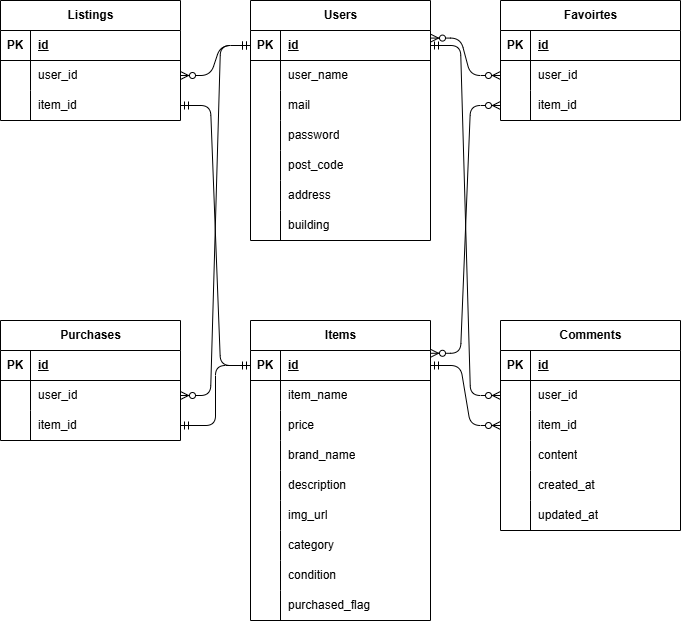
Before: index.drawio.png, a diagram exported from draw.io (matsu9889/flea-market). Source tidied: cells renumbered, new cells last; positions are measured from the earlier drawing's top-left corner, leaving out a move shared by most shapes.
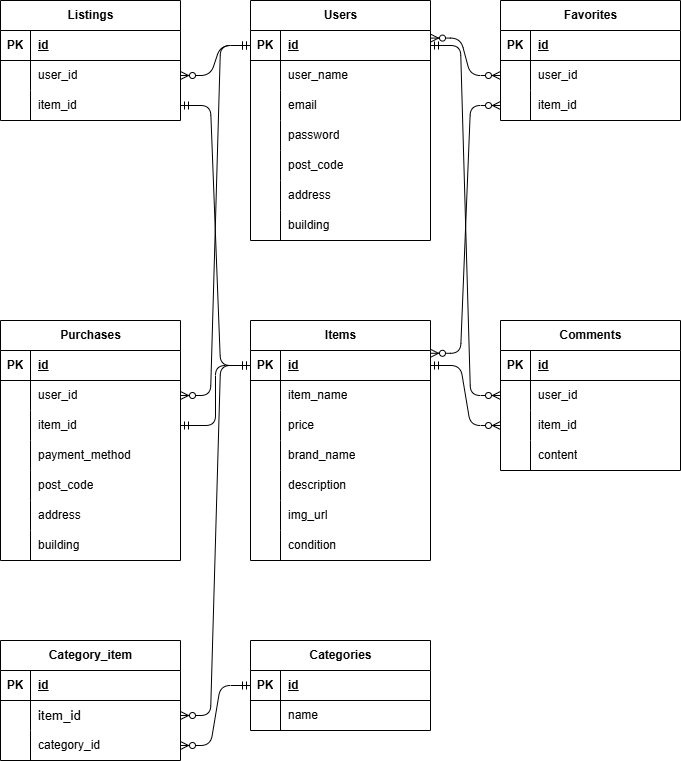
After the commit.

Diff of the diagram source:
```diff
@@ -29,7 +29,7 @@
     <mxCell id="10" style="shape=partialRectangle;fillColor=none;top=0;left=0;bottom=0;right=0;overflow=hidden;whiteSpace=wrap;html=1;" parent="9" vertex="1">
       <mxGeometry width="30" height="30" as="geometry" />
     </mxCell>
-    <mxCell id="11" value="mail" style="shape=partialRectangle;fillColor=none;top=0;left=0;bottom=0;right=0;align=left;spacingLeft=6;overflow=hidden;whiteSpace=wrap;html=1;" parent="9" vertex="1">
+    <mxCell id="11" value="email" style="shape=partialRectangle;fillColor=none;top=0;left=0;bottom=0;right=0;align=left;spacingLeft=6;overflow=hidden;whiteSpace=wrap;html=1;" parent="9" vertex="1">
       <mxGeometry x="30" width="150" height="30" as="geometry" />
     </mxCell>
     <mxCell id="12" style="shape=tableRow;horizontal=0;startSize=0;swimlaneHead=0;swimlaneBody=0;fillColor=none;top=0;left=0;right=0;bottom=0;" parent="2" vertex="1">
@@ -68,7 +68,7 @@
     <mxCell id="23" value="building" style="shape=partialRectangle;fillColor=none;top=0;left=0;bottom=0;right=0;align=left;spacingLeft=6;overflow=hidden;whiteSpace=wrap;html=1;" parent="21" vertex="1">
       <mxGeometry x="30" width="150" height="30" as="geometry" />
     </mxCell>
-    <mxCell id="24" value="Favoirtes" style="shape=table;startSize=30;rowLines=0;fontStyle=1;align=center;html=1;" parent="1" vertex="1">
+    <mxCell id="24" value="Favorites" style="shape=table;startSize=30;rowLines=0;fontStyle=1;align=center;html=1;" parent="1" vertex="1">
       <mxGeometry x="500" width="180" height="120" as="geometry" />
     </mxCell>
     <mxCell id="25" style="shape=tableRow;horizontal=0;startSize=0;swimlaneHead=0;swimlaneBody=0;fillColor=none;top=0;left=0;right=0;bottom=1;" parent="24" vertex="1">
@@ -99,7 +99,7 @@
       <mxGeometry x="30" width="150" height="30" as="geometry" />
     </mxCell>
     <mxCell id="34" value="Comments" style="shape=table;startSize=30;rowLines=0;fontStyle=1;align=center;html=1;" parent="1" vertex="1">
-      <mxGeometry x="500" y="320" width="180" height="210" as="geometry" />
+      <mxGeometry x="500" y="320" width="180" height="150" as="geometry" />
     </mxCell>
     <mxCell id="35" style="shape=tableRow;horizontal=0;startSize=0;swimlaneHead=0;swimlaneBody=0;fillColor=none;top=0;left=0;right=0;bottom=1;" parent="34" vertex="1">
       <mxGeometry y="30" width="180" height="30" as="geometry" />
@@ -137,26 +137,8 @@
     <mxCell id="46" value="content" style="shape=partialRectangle;fillColor=none;top=0;left=0;bottom=0;right=0;align=left;spacingLeft=6;overflow=hidden;whiteSpace=wrap;html=1;" parent="44" vertex="1">
       <mxGeometry x="30" width="150" height="30" as="geometry" />
     </mxCell>
-    <mxCell id="47" style="shape=tableRow;horizontal=0;startSize=0;swimlaneHead=0;swimlaneBody=0;fillColor=none;top=0;left=0;right=0;bottom=0;" parent="34" vertex="1">
-      <mxGeometry y="150" width="180" height="30" as="geometry" />
-    </mxCell>
-    <mxCell id="48" style="shape=partialRectangle;fillColor=none;top=0;left=0;bottom=0;right=0;overflow=hidden;whiteSpace=wrap;html=1;" parent="47" vertex="1">
-      <mxGeometry width="30" height="30" as="geometry" />
-    </mxCell>
-    <mxCell id="49" value="created_at" style="shape=partialRectangle;fillColor=none;top=0;left=0;bottom=0;right=0;align=left;spacingLeft=6;overflow=hidden;whiteSpace=wrap;html=1;" parent="47" vertex="1">
-      <mxGeometry x="30" width="150" height="30" as="geometry" />
-    </mxCell>
-    <mxCell id="50" style="shape=tableRow;horizontal=0;startSize=0;swimlaneHead=0;swimlaneBody=0;fillColor=none;top=0;left=0;right=0;bottom=0;" parent="34" vertex="1">
-      <mxGeometry y="180" width="180" height="30" as="geometry" />
-    </mxCell>
-    <mxCell id="51" style="shape=partialRectangle;fillColor=none;top=0;left=0;bottom=0;right=0;overflow=hidden;whiteSpace=wrap;html=1;" parent="50" vertex="1">
-      <mxGeometry width="30" height="30" as="geometry" />
-    </mxCell>
-    <mxCell id="52" value="updated_at" style="shape=partialRectangle;fillColor=none;top=0;left=0;bottom=0;right=0;align=left;spacingLeft=6;overflow=hidden;whiteSpace=wrap;html=1;" parent="50" vertex="1">
-      <mxGeometry x="30" width="150" height="30" as="geometry" />
-    </mxCell>
     <mxCell id="53" value="Items" style="shape=table;startSize=30;rowLines=0;fontStyle=1;align=center;html=1;" parent="1" vertex="1">
-      <mxGeometry x="250" y="320" width="180" height="300" as="geometry" />
+      <mxGeometry x="250" y="320" width="180" height="240" as="geometry" />
     </mxCell>
     <mxCell id="54" style="shape=tableRow;horizontal=0;startSize=0;swimlaneHead=0;swimlaneBody=0;fillColor=none;points=[[0,0.5],[1,0.5]];portConstraint=eastwest;top=0;left=0;right=0;bottom=1;" parent="53" vertex="1">
       <mxGeometry y="30" width="180" height="30" as="geometry" />
@@ -212,17 +194,8 @@
     <mxCell id="71" value="img_url" style="shape=partialRectangle;fillColor=none;top=0;left=0;bottom=0;right=0;align=left;spacingLeft=6;overflow=hidden;whiteSpace=wrap;html=1;" parent="69" vertex="1">
       <mxGeometry x="30" width="150" height="30" as="geometry" />
     </mxCell>
-    <mxCell id="72" style="shape=tableRow;horizontal=0;startSize=0;swimlaneHead=0;swimlaneBody=0;fillColor=none;top=0;left=0;right=0;bottom=0;" parent="53" vertex="1">
-      <mxGeometry y="210" width="180" height="30" as="geometry" />
-    </mxCell>
-    <mxCell id="73" style="shape=partialRectangle;fillColor=none;top=0;left=0;bottom=0;right=0;overflow=hidden;whiteSpace=wrap;html=1;" parent="72" vertex="1">
-      <mxGeometry width="30" height="30" as="geometry" />
-    </mxCell>
-    <mxCell id="74" value="&lt;span style=&quot;color: rgb(0, 0, 0);&quot;&gt;category&lt;/span&gt;" style="shape=partialRectangle;fillColor=none;top=0;left=0;bottom=0;right=0;align=left;spacingLeft=6;overflow=hidden;whiteSpace=wrap;html=1;" parent="72" vertex="1">
-      <mxGeometry x="30" width="150" height="30" as="geometry" />
-    </mxCell>
     <mxCell id="75" style="shape=tableRow;horizontal=0;startSize=0;swimlaneHead=0;swimlaneBody=0;fillColor=none;top=0;left=0;right=0;bottom=0;" parent="53" vertex="1">
-      <mxGeometry y="240" width="180" height="30" as="geometry" />
+      <mxGeometry y="210" width="180" height="30" as="geometry" />
     </mxCell>
     <mxCell id="76" style="shape=partialRectangle;fillColor=none;top=0;left=0;bottom=0;right=0;overflow=hidden;whiteSpace=wrap;html=1;" parent="75" vertex="1">
       <mxGeometry width="30" height="30" as="geometry" />
@@ -230,15 +203,6 @@
     <mxCell id="77" value="&lt;span style=&quot;color: rgb(0, 0, 0);&quot;&gt;condition&lt;/span&gt;" style="shape=partialRectangle;fillColor=none;top=0;left=0;bottom=0;right=0;align=left;spacingLeft=6;overflow=hidden;whiteSpace=wrap;html=1;" parent="75" vertex="1">
       <mxGeometry x="30" width="150" height="30" as="geometry" />
     </mxCell>
-    <mxCell id="78" style="shape=tableRow;horizontal=0;startSize=0;swimlaneHead=0;swimlaneBody=0;fillColor=none;top=0;left=0;right=0;bottom=0;" parent="53" vertex="1">
-      <mxGeometry y="270" width="180" height="30" as="geometry" />
-    </mxCell>
-    <mxCell id="79" style="shape=partialRectangle;fillColor=none;top=0;left=0;bottom=0;right=0;overflow=hidden;whiteSpace=wrap;html=1;" parent="78" vertex="1">
-      <mxGeometry width="30" height="30" as="geometry" />
-    </mxCell>
-    <mxCell id="80" value="purchased_flag" style="shape=partialRectangle;fillColor=none;top=0;left=0;bottom=0;right=0;align=left;spacingLeft=6;overflow=hidden;whiteSpace=wrap;html=1;" parent="78" vertex="1">
-      <mxGeometry x="30" width="150" height="30" as="geometry" />
-    </mxCell>
     <mxCell id="81" value="Listings" style="shape=table;startSize=30;rowLines=0;fontStyle=1;align=center;html=1;" parent="1" vertex="1">
       <mxGeometry width="180" height="120" as="geometry" />
     </mxCell>
@@ -270,7 +234,7 @@
       <mxGeometry x="30" width="150" height="30" as="geometry" />
     </mxCell>
     <mxCell id="91" value="Purchases" style="shape=table;startSize=30;rowLines=0;fontStyle=1;align=center;html=1;" parent="1" vertex="1">
-      <mxGeometry y="320" width="180" height="120" as="geometry" />
+      <mxGeometry y="320" width="180" height="240" as="geometry" />
     </mxCell>
     <mxCell id="92" style="shape=tableRow;horizontal=0;startSize=0;swimlaneHead=0;swimlaneBody=0;fillColor=none;top=0;left=0;right=0;bottom=1;" parent="91" vertex="1">
       <mxGeometry y="30" width="180" height="30" as="geometry" />
@@ -299,12 +263,45 @@
     <mxCell id="100" value="&lt;span style=&quot;color: rgb(0, 0, 0);&quot;&gt;item_id&lt;/span&gt;" style="shape=partialRectangle;fillColor=none;top=0;left=0;bottom=0;right=0;align=left;spacingLeft=6;overflow=hidden;whiteSpace=wrap;html=1;" parent="98" vertex="1">
       <mxGeometry x="30" width="150" height="30" as="geometry" />
     </mxCell>
+    <mxCell id="110" style="shape=tableRow;horizontal=0;startSize=0;swimlaneHead=0;swimlaneBody=0;fillColor=none;top=0;left=0;right=0;bottom=0;" parent="91" vertex="1">
+      <mxGeometry y="120" width="180" height="30" as="geometry" />
+    </mxCell>
+    <mxCell id="111" style="shape=partialRectangle;fillColor=none;top=0;left=0;bottom=0;right=0;overflow=hidden;whiteSpace=wrap;html=1;" parent="110" vertex="1">
+      <mxGeometry width="30" height="30" as="geometry" />
+    </mxCell>
+    <mxCell id="112" value="payment_method" style="shape=partialRectangle;fillColor=none;top=0;left=0;bottom=0;right=0;align=left;spacingLeft=6;overflow=hidden;whiteSpace=wrap;html=1;" parent="110" vertex="1">
+      <mxGeometry x="30" width="150" height="30" as="geometry" />
+    </mxCell>
+    <mxCell id="47" style="shape=tableRow;horizontal=0;startSize=0;swimlaneHead=0;swimlaneBody=0;fillColor=none;top=0;left=0;right=0;bottom=0;" parent="91" vertex="1">
+      <mxGeometry y="150" width="180" height="30" as="geometry" />
+    </mxCell>
+    <mxCell id="113" style="shape=partialRectangle;fillColor=none;top=0;left=0;bottom=0;right=0;overflow=hidden;whiteSpace=wrap;html=1;" parent="47" vertex="1">
+      <mxGeometry width="30" height="30" as="geometry" />
+    </mxCell>
+    <mxCell id="114" value="post_code" style="shape=partialRectangle;fillColor=none;top=0;left=0;bottom=0;right=0;align=left;spacingLeft=6;overflow=hidden;whiteSpace=wrap;html=1;" parent="47" vertex="1">
+      <mxGeometry x="30" width="150" height="30" as="geometry" />
+    </mxCell>
+    <mxCell id="50" style="shape=tableRow;horizontal=0;startSize=0;swimlaneHead=0;swimlaneBody=0;fillColor=none;top=0;left=0;right=0;bottom=0;" parent="91" vertex="1">
+      <mxGeometry y="180" width="180" height="30" as="geometry" />
+    </mxCell>
+    <mxCell id="115" style="shape=partialRectangle;fillColor=none;top=0;left=0;bottom=0;right=0;overflow=hidden;whiteSpace=wrap;html=1;" parent="50" vertex="1">
+      <mxGeometry width="30" height="30" as="geometry" />
+    </mxCell>
+    <mxCell id="116" value="address" style="shape=partialRectangle;fillColor=none;top=0;left=0;bottom=0;right=0;align=left;spacingLeft=6;overflow=hidden;whiteSpace=wrap;html=1;" parent="50" vertex="1">
+      <mxGeometry x="30" width="150" height="30" as="geometry" />
+    </mxCell>
+    <mxCell id="72" style="shape=tableRow;horizontal=0;startSize=0;swimlaneHead=0;swimlaneBody=0;fillColor=none;top=0;left=0;right=0;bottom=0;" parent="91" vertex="1">
+      <mxGeometry y="210" width="180" height="30" as="geometry" />
+    </mxCell>
+    <mxCell id="117" style="shape=partialRectangle;fillColor=none;top=0;left=0;bottom=0;right=0;overflow=hidden;whiteSpace=wrap;html=1;" parent="72" vertex="1">
+      <mxGeometry width="30" height="30" as="geometry" />
+    </mxCell>
+    <mxCell id="118" value="building" style="shape=partialRectangle;fillColor=none;top=0;left=0;bottom=0;right=0;align=left;spacingLeft=6;overflow=hidden;whiteSpace=wrap;html=1;" parent="72" vertex="1">
+      <mxGeometry x="30" width="150" height="30" as="geometry" />
+    </mxCell>
     <mxCell id="101" style="edgeStyle=entityRelationEdgeStyle;fontSize=12;html=1;endArrow=ERzeroToMany;startArrow=ERmandOne;exitX=0;exitY=0.5;exitDx=0;exitDy=0;entryX=1;entryY=0.5;entryDx=0;entryDy=0;" parent="1" edge="1" source="3" target="85">
       <mxGeometry relative="1" as="geometry" />
     </mxCell>
-    <mxCell id="102" style="edgeStyle=entityRelationEdgeStyle;fontSize=12;html=1;endArrow=ERzeroToMany;startArrow=ERmandOne;entryX=1;entryY=0.5;entryDx=0;entryDy=0;exitX=0;exitY=0.5;exitDx=0;exitDy=0;" parent="1" edge="1" source="3" target="x">
-      <mxGeometry relative="1" as="geometry" />
-    </mxCell>
     <mxCell id="103" style="edgeStyle=entityRelationEdgeStyle;fontSize=12;html=1;endArrow=ERzeroToMany;startArrow=ERmandOne;entryX=1;entryY=0.5;entryDx=0;entryDy=0;exitX=0;exitY=0.5;exitDx=0;exitDy=0;" parent="1" edge="1" source="3" target="95">
       <mxGeometry relative="1" as="geometry" />
     </mxCell>
@@ -317,7 +314,7 @@
     <mxCell id="106" style="edgeStyle=entityRelationEdgeStyle;fontSize=12;html=1;endArrow=ERzeroToMany;endFill=1;startArrow=ERzeroToMany;entryX=0;entryY=0.5;entryDx=0;entryDy=0;exitX=1;exitY=0.093;exitDx=0;exitDy=0;exitPerimeter=0;" parent="1" edge="1" source="54" target="31">
       <mxGeometry relative="1" as="geometry">
         <Array as="points">
-          <mxPoint x="440" y="353" />
+          <mxPoint x="440" y="393" />
         </Array>
       </mxGeometry>
     </mxCell>
@@ -330,5 +327,66 @@
     <mxCell id="109" style="edgeStyle=entityRelationEdgeStyle;fontSize=12;html=1;endArrow=ERzeroToMany;startArrow=ERmandOne;exitX=1;exitY=0.5;exitDx=0;exitDy=0;entryX=0;entryY=0.5;entryDx=0;entryDy=0;" parent="1" edge="1" source="54" target="41">
       <mxGeometry relative="1" as="geometry" />
     </mxCell>
+    <mxCell id="119" value="Category_item" style="shape=table;startSize=30;rowLines=0;fontStyle=1;align=center;html=1;" parent="1" vertex="1">
+      <mxGeometry y="640" width="180" height="120" as="geometry" />
+    </mxCell>
+    <mxCell id="120" style="shape=tableRow;horizontal=0;startSize=0;swimlaneHead=0;swimlaneBody=0;fillColor=none;top=0;left=0;right=0;bottom=1;" parent="119" vertex="1">
+      <mxGeometry y="30" width="180" height="30" as="geometry" />
+    </mxCell>
+    <mxCell id="121" value="PK" style="shape=partialRectangle;fillColor=none;top=0;left=0;bottom=0;right=0;fontStyle=1;overflow=hidden;whiteSpace=wrap;html=1;" parent="120" vertex="1">
+      <mxGeometry width="30" height="30" as="geometry" />
+    </mxCell>
+    <mxCell id="122" value="id" style="shape=partialRectangle;fillColor=none;top=0;left=0;bottom=0;right=0;align=left;spacingLeft=6;fontStyle=5;overflow=hidden;whiteSpace=wrap;html=1;" parent="120" vertex="1">
+      <mxGeometry x="30" width="150" height="30" as="geometry" />
+    </mxCell>
+    <mxCell id="123" style="shape=tableRow;horizontal=0;startSize=0;swimlaneHead=0;swimlaneBody=0;fillColor=none;points=[[0,0.5],[1,0.5]];portConstraint=eastwest;top=0;left=0;right=0;bottom=0;" parent="119" vertex="1">
+      <mxGeometry y="60" width="180" height="30" as="geometry" />
+    </mxCell>
+    <mxCell id="124" style="shape=partialRectangle;fillColor=none;top=0;left=0;bottom=0;right=0;overflow=hidden;whiteSpace=wrap;html=1;" parent="123" vertex="1">
+      <mxGeometry width="30" height="30" as="geometry" />
+    </mxCell>
+    <mxCell id="125" value="&lt;span style=&quot;color: rgb(0, 0, 0); font-size: 10pt; font-family: Arial;&quot;&gt;item_id&lt;/span&gt;" style="shape=partialRectangle;fillColor=none;top=0;left=0;bottom=0;right=0;align=left;spacingLeft=6;overflow=hidden;whiteSpace=wrap;html=1;" parent="123" vertex="1">
+      <mxGeometry x="30" width="150" height="30" as="geometry" />
+    </mxCell>
+    <mxCell id="126" style="shape=tableRow;horizontal=0;startSize=0;swimlaneHead=0;swimlaneBody=0;fillColor=none;points=[[0,0.5],[1,0.5]];portConstraint=eastwest;top=0;left=0;right=0;bottom=0;" parent="119" vertex="1">
+      <mxGeometry y="90" width="180" height="30" as="geometry" />
+    </mxCell>
+    <mxCell id="127" style="shape=partialRectangle;fillColor=none;top=0;left=0;bottom=0;right=0;overflow=hidden;whiteSpace=wrap;html=1;" parent="126" vertex="1">
+      <mxGeometry width="30" height="30" as="geometry" />
+    </mxCell>
+    <mxCell id="128" value="category_id" style="shape=partialRectangle;fillColor=none;top=0;left=0;bottom=0;right=0;align=left;spacingLeft=6;overflow=hidden;whiteSpace=wrap;html=1;" parent="126" vertex="1">
+      <mxGeometry x="30" width="150" height="30" as="geometry" />
+    </mxCell>
+    <mxCell id="129" value="Categories" style="shape=table;startSize=30;rowLines=0;fontStyle=1;align=center;html=1;" parent="1" vertex="1">
+      <mxGeometry x="250" y="640" width="180" height="90" as="geometry" />
+    </mxCell>
+    <mxCell id="130" style="shape=tableRow;horizontal=0;startSize=0;swimlaneHead=0;swimlaneBody=0;fillColor=none;points=[[0,0.5],[1,0.5]];portConstraint=eastwest;top=0;left=0;right=0;bottom=1;" parent="129" vertex="1">
+      <mxGeometry y="30" width="180" height="30" as="geometry" />
+    </mxCell>
+    <mxCell id="131" value="PK" style="shape=partialRectangle;fillColor=none;top=0;left=0;bottom=0;right=0;fontStyle=1;overflow=hidden;whiteSpace=wrap;html=1;" parent="130" vertex="1">
+      <mxGeometry width="30" height="30" as="geometry" />
+    </mxCell>
+    <mxCell id="132" value="id" style="shape=partialRectangle;fillColor=none;top=0;left=0;bottom=0;right=0;align=left;spacingLeft=6;fontStyle=5;overflow=hidden;whiteSpace=wrap;html=1;" parent="130" vertex="1">
+      <mxGeometry x="30" width="150" height="30" as="geometry" />
+    </mxCell>
+    <mxCell id="133" style="shape=tableRow;horizontal=0;startSize=0;swimlaneHead=0;swimlaneBody=0;fillColor=none;top=0;left=0;right=0;bottom=0;" parent="129" vertex="1">
+      <mxGeometry y="60" width="180" height="30" as="geometry" />
+    </mxCell>
+    <mxCell id="134" style="shape=partialRectangle;fillColor=none;top=0;left=0;bottom=0;right=0;overflow=hidden;whiteSpace=wrap;html=1;" parent="133" vertex="1">
+      <mxGeometry width="30" height="30" as="geometry" />
+    </mxCell>
+    <mxCell id="135" value="name" style="shape=partialRectangle;fillColor=none;top=0;left=0;bottom=0;right=0;align=left;spacingLeft=6;overflow=hidden;whiteSpace=wrap;html=1;" parent="133" vertex="1">
+      <mxGeometry x="30" width="150" height="30" as="geometry" />
+    </mxCell>
+    <mxCell id="136" style="edgeStyle=entityRelationEdgeStyle;fontSize=12;html=1;endArrow=ERzeroToMany;startArrow=ERmandOne;entryX=1;entryY=0.5;entryDx=0;entryDy=0;exitX=0;exitY=0.5;exitDx=0;exitDy=0;" parent="1" edge="1" source="54" target="123">
+      <mxGeometry relative="1" as="geometry">
+        <Array as="points">
+          <mxPoint x="220" y="530" />
+        </Array>
+      </mxGeometry>
+    </mxCell>
+    <mxCell id="137" style="edgeStyle=entityRelationEdgeStyle;fontSize=12;html=1;endArrow=ERzeroToMany;startArrow=ERmandOne;exitX=0;exitY=0.5;exitDx=0;exitDy=0;entryX=1;entryY=0.5;entryDx=0;entryDy=0;" parent="1" edge="1" source="130" target="126">
+      <mxGeometry relative="1" as="geometry" />
+    </mxCell>
   </root>
 </mxGraphModel>
```
